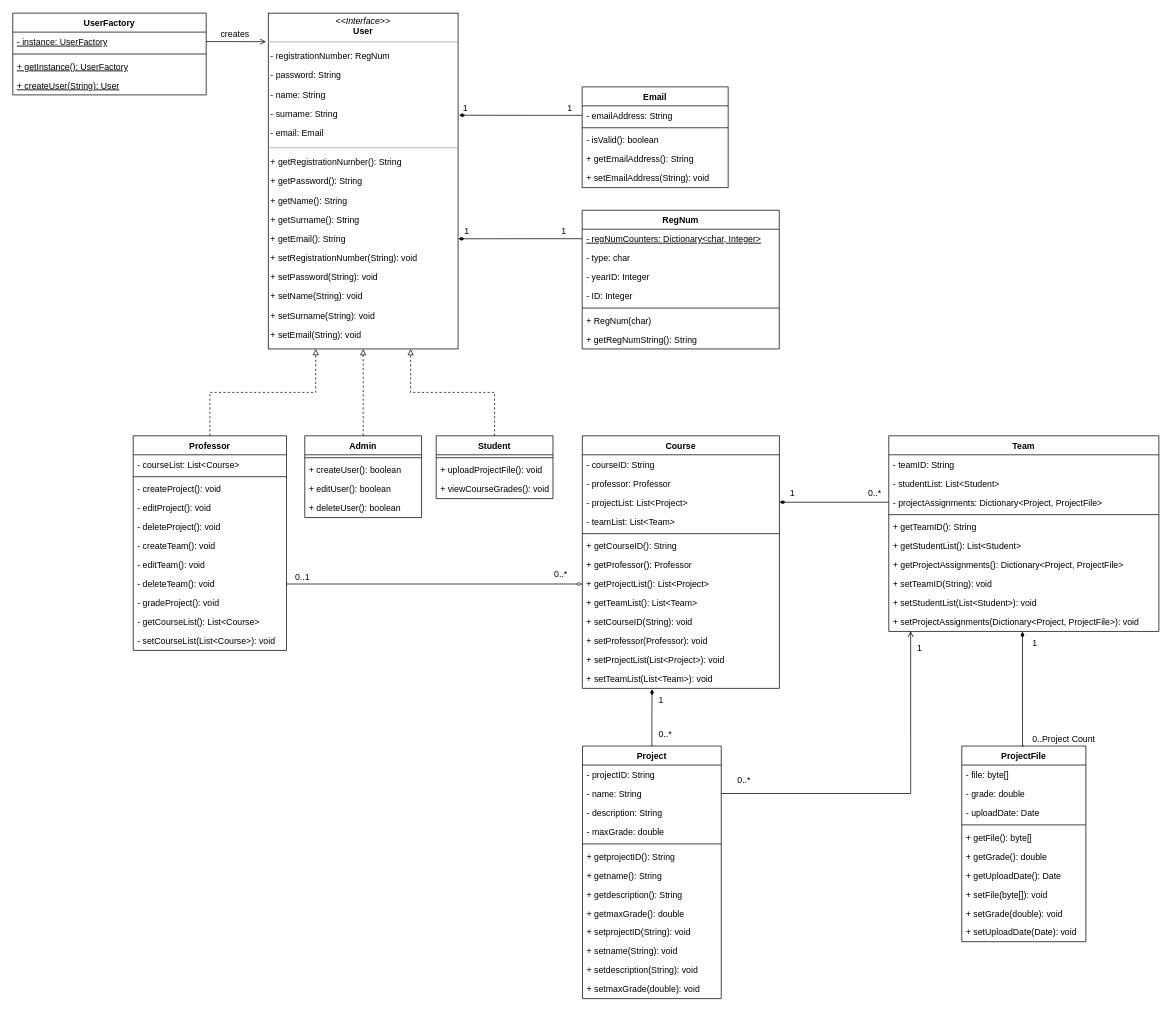
Before: ClassDiagrams/ClassDiagram_v1.drawio in gkaraoglanian/E-ClassApplication, a draw.io diagram. Source tidied: cells renumbered, new cells numbered last; positions are measured from the earlier drawing's top-left corner, leaving out a move shared by most shapes. Both pictures are drawn from the tidied source at 73%, with x=0, y=0 at pixel (12, 13).
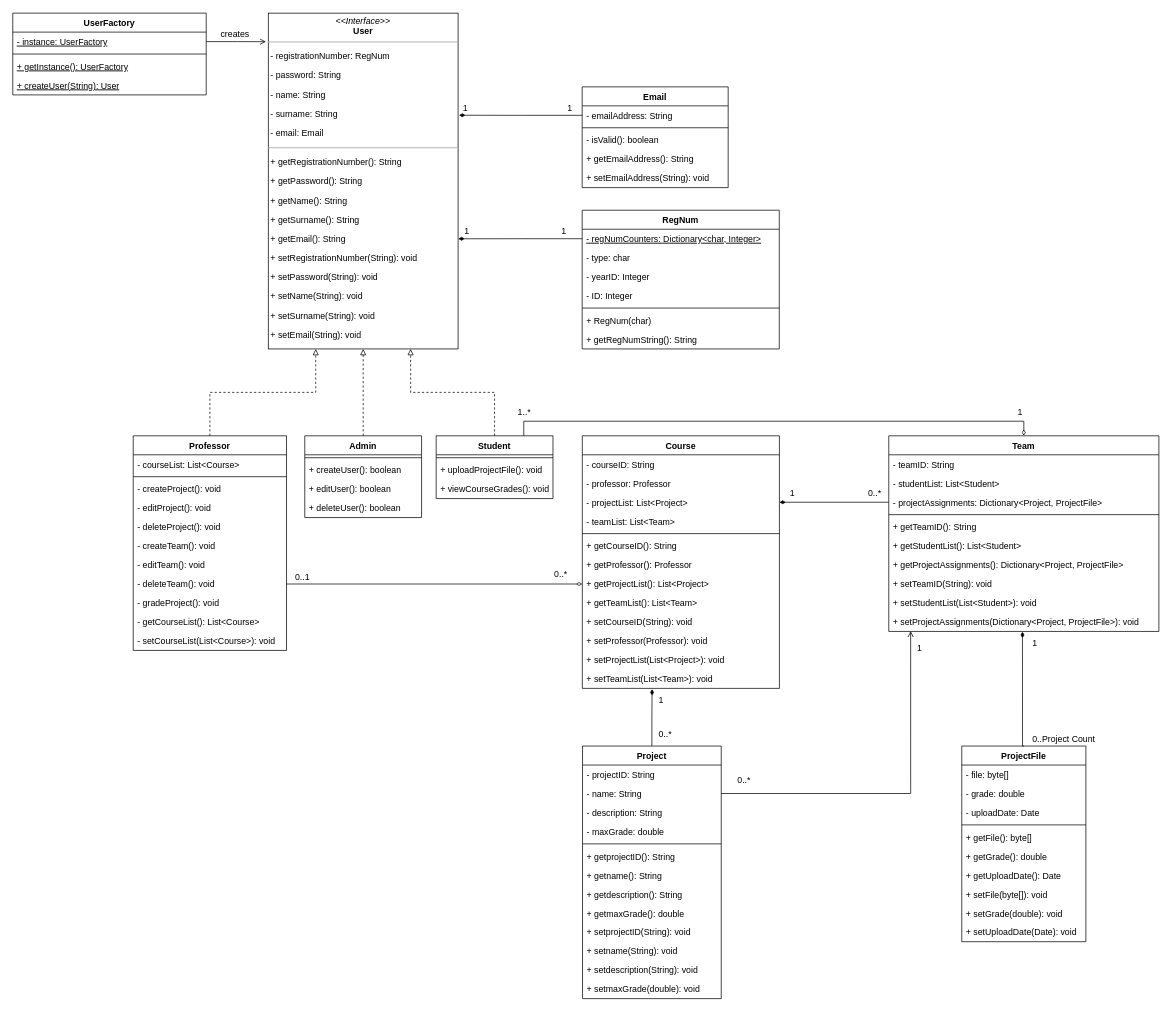
The same diagram, later.

Commit message (it also covers changes not shown here):
Made corrections to the Class diagram(version 1)

The change refers to these unchanged cells:
```xml
<mxCell id="18" value="Student" style="swimlane;fontStyle=1;align=center;verticalAlign=top;horizontal=1;startSize=26;fillColor=none;" parent="1" vertex="1">
  <mxGeometry x="580" y="578.5" width="160" height="86" as="geometry" />
</mxCell>
<mxCell id="70" value="Team" style="swimlane;fontStyle=1;align=center;verticalAlign=top;horizontal=1;startSize=26;fillColor=none;" parent="1" vertex="1">
  <mxGeometry x="1200" y="578.5" width="370" height="268" as="geometry" />
</mxCell>
```

The edit, as a diff of the source:
```diff
@@
+    <mxCell id="119" style="edgeStyle=orthogonalEdgeStyle;rounded=0;jettySize=auto;html=1;exitX=0.5;exitY=0;exitDx=0;exitDy=0;entryX=0.75;entryY=0;entryDx=0;entryDy=0;endArrow=none;endFill=0;startArrow=diamondThin;startFill=0;" parent="1" edge="1" source="70" target="18">
+      <mxGeometry relative="1" as="geometry" />
+    </mxCell>
@@
+    <mxCell id="120" value="1..*" style="text;html=1;align=left;verticalAlign=top;spacingTop=-4;" parent="1" vertex="1">
+      <mxGeometry x="690" y="536" width="30" height="20" as="geometry" />
+    </mxCell>
+    <mxCell id="121" value="1" style="text;html=1;align=left;verticalAlign=top;spacingTop=-4;" parent="1" vertex="1">
+      <mxGeometry x="1375" y="536" width="20" height="20" as="geometry" />
+    </mxCell>
```
